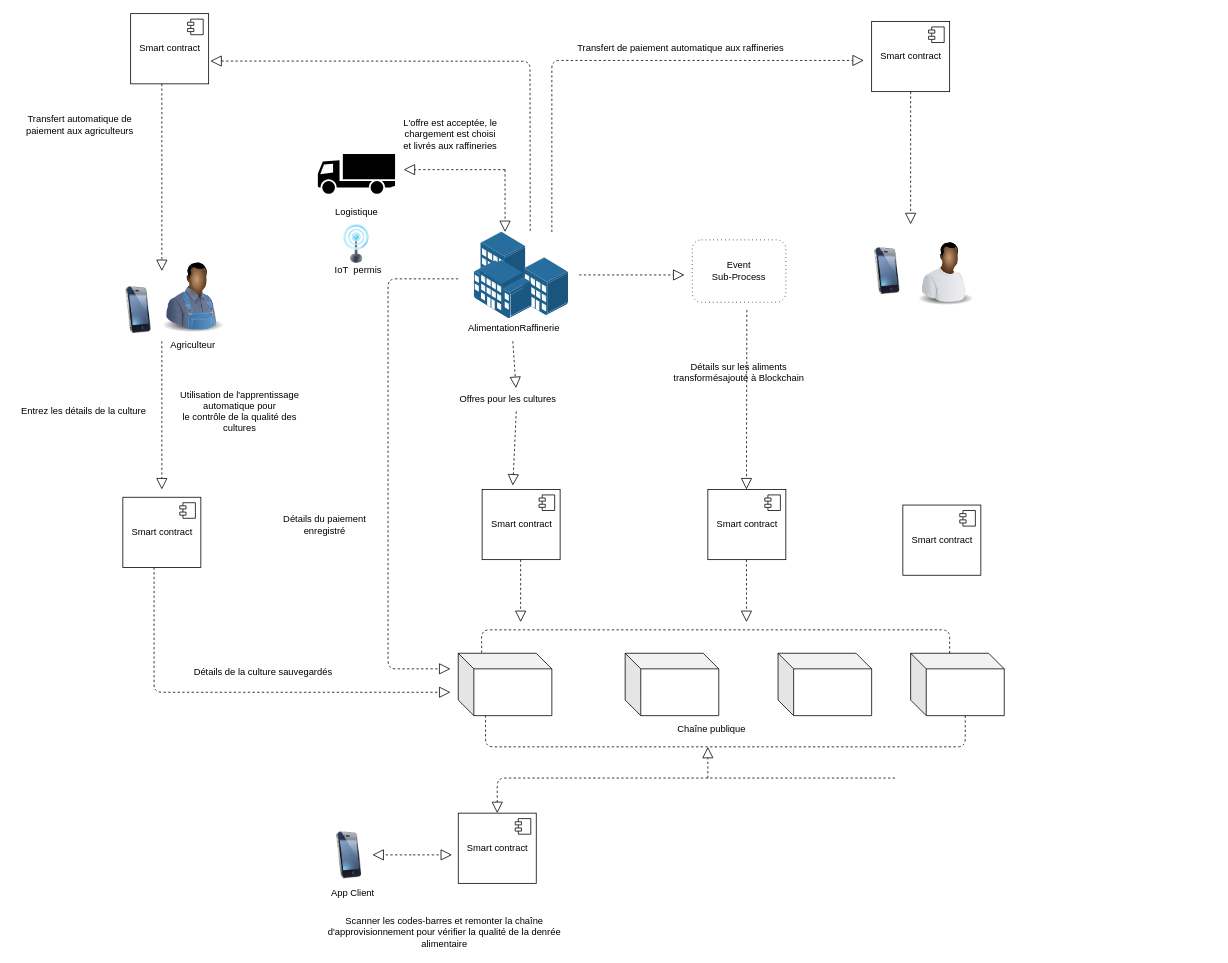
The draw.io diagram Untitled Diagram.drawio in loosker95/supply-chain-blockchain, before the edit. Source tidied: cells renumbered, new cells numbered last; positions are measured from the earlier drawing's top-left corner, leaving out a move shared by most shapes. Both pictures are drawn from the tidied source at 78%, with x=0, y=0 at pixel (13, 13).
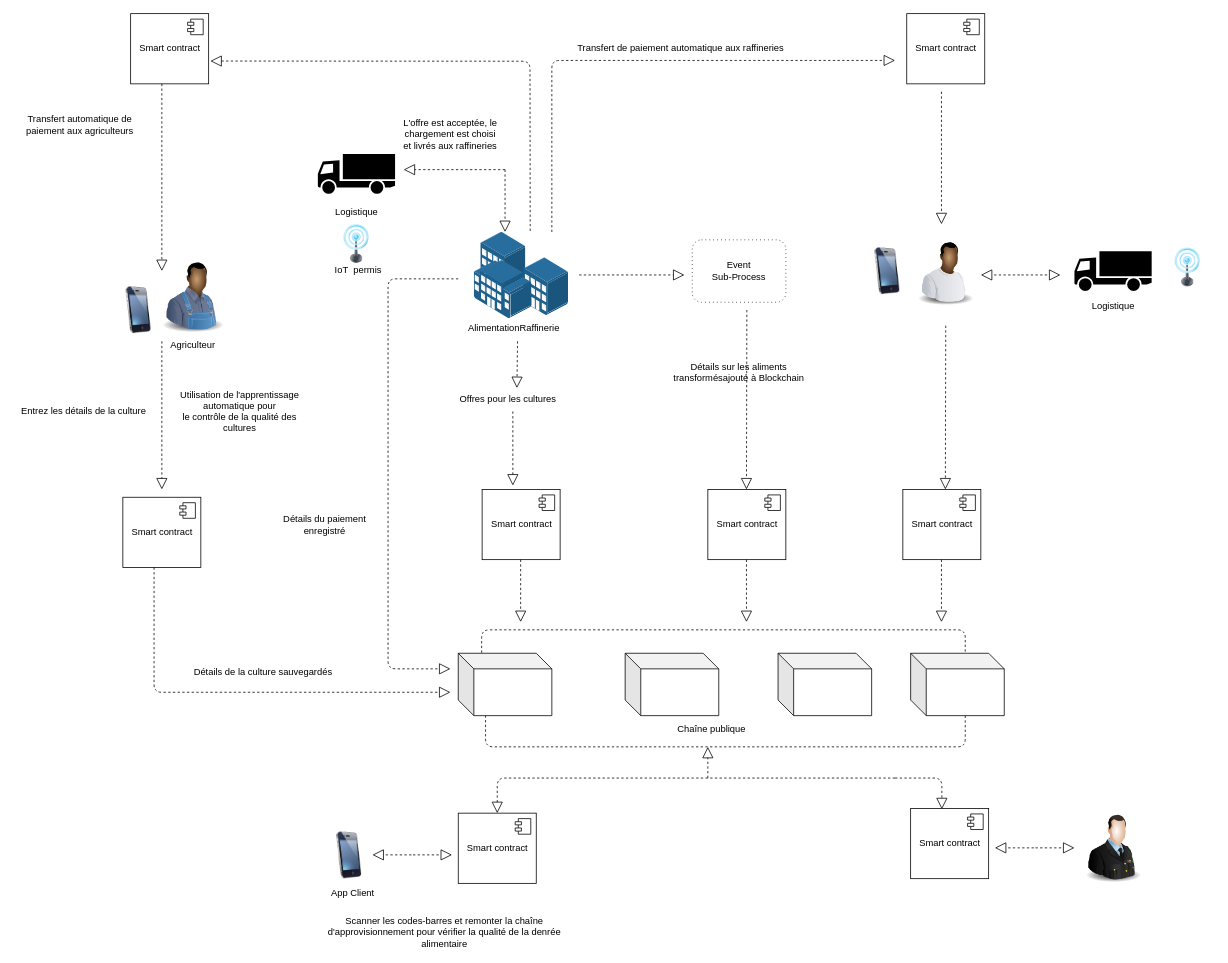
The same page after the edit.

The change refers to these unchanged cells:
```xml
<mxCell id="22" style="shape=cube;whiteSpace=wrap;html=1;boundedLbl=1;backgroundOutline=1;darkOpacity=0.05;darkOpacity2=0.1;" parent="1" vertex="1">
  <mxGeometry x="1150" y="820" width="120" height="80" as="geometry" />
</mxCell>
<mxCell id="52" value="Offres pour les cultures" style="text;whiteSpace=wrap;html=1;" parent="1" vertex="1">
  <mxGeometry x="570" y="480" width="150" height="30" as="geometry" />
</mxCell>
```

Diff of the diagram source:
```diff
@@
-    <mxCell id="30" style="endArrow=none;dashed=1;html=1;exitX=0;exitY=0;exitDx=50;exitDy=0;exitPerimeter=0;" parent="1" edge="1" source="22">
+    <mxCell id="30" style="endArrow=none;dashed=1;html=1;exitX=0.583;exitY=-0.025;exitDx=0;exitDy=0;exitPerimeter=0;" parent="1" edge="1" source="22">
       <mxGeometry relative="1" as="geometry">
         <mxPoint x="600" y="820" as="targetPoint" />
         <Array as="points">
-          <mxPoint x="1200" y="790" />
+          <mxPoint x="1220" y="790" />
           <mxPoint x="600" y="790" />
         </Array>
       </mxGeometry>
     </mxCell>
@@
-    <mxCell id="48" style="endArrow=block;dashed=1;endFill=0;endSize=12;html=1;fontStyle=1;" parent="1" edge="1" source="52">
+    <mxCell id="48" style="endArrow=block;dashed=1;endFill=0;endSize=12;html=1;fontStyle=1;" parent="1" edge="1">
       <mxGeometry relative="1" as="geometry">
+        <mxPoint x="640" y="510" as="sourcePoint" />
         <mxPoint x="640" y="605" as="targetPoint" />
       </mxGeometry>
     </mxCell>
@@
     <mxCell id="53" style="endArrow=block;dashed=1;endFill=0;endSize=12;html=1;fontStyle=1;" parent="1" edge="1" target="52">
       <mxGeometry relative="1" as="geometry">
-        <mxPoint x="640" y="420" as="sourcePoint" />
+        <mxPoint x="646" y="420" as="sourcePoint" />
       </mxGeometry>
     </mxCell>
@@
     <mxCell id="56" style="endArrow=block;dashed=1;endFill=0;endSize=12;html=1;exitX=0.596;exitY=-0.013;exitDx=0;exitDy=0;exitPerimeter=0;" parent="1" edge="1">
       <mxGeometry relative="1" as="geometry">
         <mxPoint x="690" y="280" as="sourcePoint" />
-        <mxPoint x="1090" y="60" as="targetPoint" />
+        <mxPoint x="1130" y="60" as="targetPoint" />
         <Array as="points">
           <mxPoint x="690" y="60" />
         </Array>
       </mxGeometry>
     </mxCell>
@@
     <mxCell id="59" value="Smart contract" style="html=1;" parent="1" vertex="1">
-      <mxGeometry x="1100" y="10" width="100" height="90" as="geometry" />
+      <mxGeometry x="1145" width="100" height="90" as="geometry" />
     </mxCell>
@@
     <mxCell id="61" style="endArrow=block;dashed=1;endFill=0;endSize=12;html=1;fontStyle=1;" parent="1" edge="1">
       <mxGeometry relative="1" as="geometry">
-        <mxPoint x="1150" y="100" as="sourcePoint" />
-        <mxPoint x="1150" y="270" as="targetPoint" />
+        <mxPoint x="1189.5" y="100" as="sourcePoint" />
+        <mxPoint x="1189.5" y="270" as="targetPoint" />
       </mxGeometry>
     </mxCell>
@@
     <mxCell id="64" value="Smart contract" style="html=1;" parent="1" vertex="1">
-      <mxGeometry x="1140" y="630" width="100" height="90" as="geometry" />
+      <mxGeometry x="1140" y="610" width="100" height="90" as="geometry" />
     </mxCell>
@@
+    <mxCell id="66" style="endArrow=block;dashed=1;endFill=0;endSize=12;html=1;fontStyle=1;" parent="1" edge="1">
+      <mxGeometry relative="1" as="geometry">
+        <mxPoint x="1290" y="335" as="sourcePoint" />
+        <mxPoint x="1240" y="335" as="targetPoint" />
+      </mxGeometry>
+    </mxCell>
+    <mxCell id="67" style="endArrow=block;dashed=1;endFill=0;endSize=12;html=1;fontStyle=1;" parent="1" edge="1">
+      <mxGeometry relative="1" as="geometry">
+        <mxPoint x="1292" y="335" as="sourcePoint" />
+        <mxPoint x="1342" y="335" as="targetPoint" />
+      </mxGeometry>
+    </mxCell>
+    <mxCell id="68" style="shape=mxgraph.signs.transportation.truck_1;html=1;fillColor=#000000;strokeColor=none;verticalLabelPosition=bottom;verticalAlign=top;align=center;" parent="1" vertex="1">
+      <mxGeometry x="1360" y="304.5" width="99" height="51" as="geometry" />
+    </mxCell>
+    <mxCell id="69" style="image;html=1;labelBackgroundColor=#ffffff;image=img/lib/clip_art/telecommunication/Signal_tower_on_128x128.png;" parent="1" vertex="1">
+      <mxGeometry x="1470" y="300" width="70" height="50" as="geometry" />
+    </mxCell>
+    <mxCell id="70" value="&lt;div&gt;Logistique&lt;/div&gt;" style="text;html=1;strokeColor=none;fillColor=none;align=center;verticalAlign=middle;whiteSpace=wrap;rounded=0;" parent="1" vertex="1">
+      <mxGeometry x="1319.5" y="360" width="180" height="30" as="geometry" />
+    </mxCell>
+    <mxCell id="71" style="endArrow=block;dashed=1;endFill=0;endSize=12;html=1;fontStyle=1;" parent="1" edge="1">
+      <mxGeometry relative="1" as="geometry">
+        <mxPoint x="1195" y="400" as="sourcePoint" />
+        <mxPoint x="1194.5" y="610" as="targetPoint" />
+      </mxGeometry>
+    </mxCell>
+    <mxCell id="72" style="endArrow=block;dashed=1;endFill=0;endSize=12;html=1;fontStyle=1;" parent="1" edge="1">
+      <mxGeometry relative="1" as="geometry">
+        <mxPoint x="1189.5" y="700" as="sourcePoint" />
+        <mxPoint x="1189.5" y="780" as="targetPoint" />
+      </mxGeometry>
+    </mxCell>
+    <mxCell id="73" style="endArrow=block;dashed=1;endFill=0;endSize=12;html=1;fontStyle=1;" parent="1" edge="1">
+      <mxGeometry relative="1" as="geometry">
+        <mxPoint x="1130" y="980" as="sourcePoint" />
+        <mxPoint x="1190" y="1020" as="targetPoint" />
+        <Array as="points">
+          <mxPoint x="1190" y="980" />
+        </Array>
+      </mxGeometry>
+    </mxCell>
+    <mxCell id="74" value="Smart contract" style="html=1;" parent="1" vertex="1">
+      <mxGeometry x="1150" y="1019" width="100" height="90" as="geometry" />
+    </mxCell>
+    <mxCell id="75" style="shape=component;jettyWidth=8;jettyHeight=4;" parent="74" vertex="1">
+      <mxGeometry x="1" width="20" height="20" relative="1" as="geometry">
+        <mxPoint x="-27" y="7" as="offset" />
+      </mxGeometry>
+    </mxCell>
+    <mxCell id="76" style="endArrow=block;dashed=1;endFill=0;endSize=12;html=1;fontStyle=1;" parent="1" edge="1">
+      <mxGeometry relative="1" as="geometry">
+        <mxPoint x="1308" y="1069.5" as="sourcePoint" />
+        <mxPoint x="1258" y="1069.5" as="targetPoint" />
+      </mxGeometry>
+    </mxCell>
+    <mxCell id="77" style="endArrow=block;dashed=1;endFill=0;endSize=12;html=1;fontStyle=1;" parent="1" edge="1">
+      <mxGeometry relative="1" as="geometry">
+        <mxPoint x="1310" y="1069.5" as="sourcePoint" />
+        <mxPoint x="1360" y="1069.5" as="targetPoint" />
+      </mxGeometry>
+    </mxCell>
+    <mxCell id="78" style="image;html=1;labelBackgroundColor=#ffffff;image=img/lib/clip_art/people/Military_Officer_128x128.png;" parent="1" vertex="1">
+      <mxGeometry x="1360" y="1025" width="100" height="90" as="geometry" />
+    </mxCell>
```
